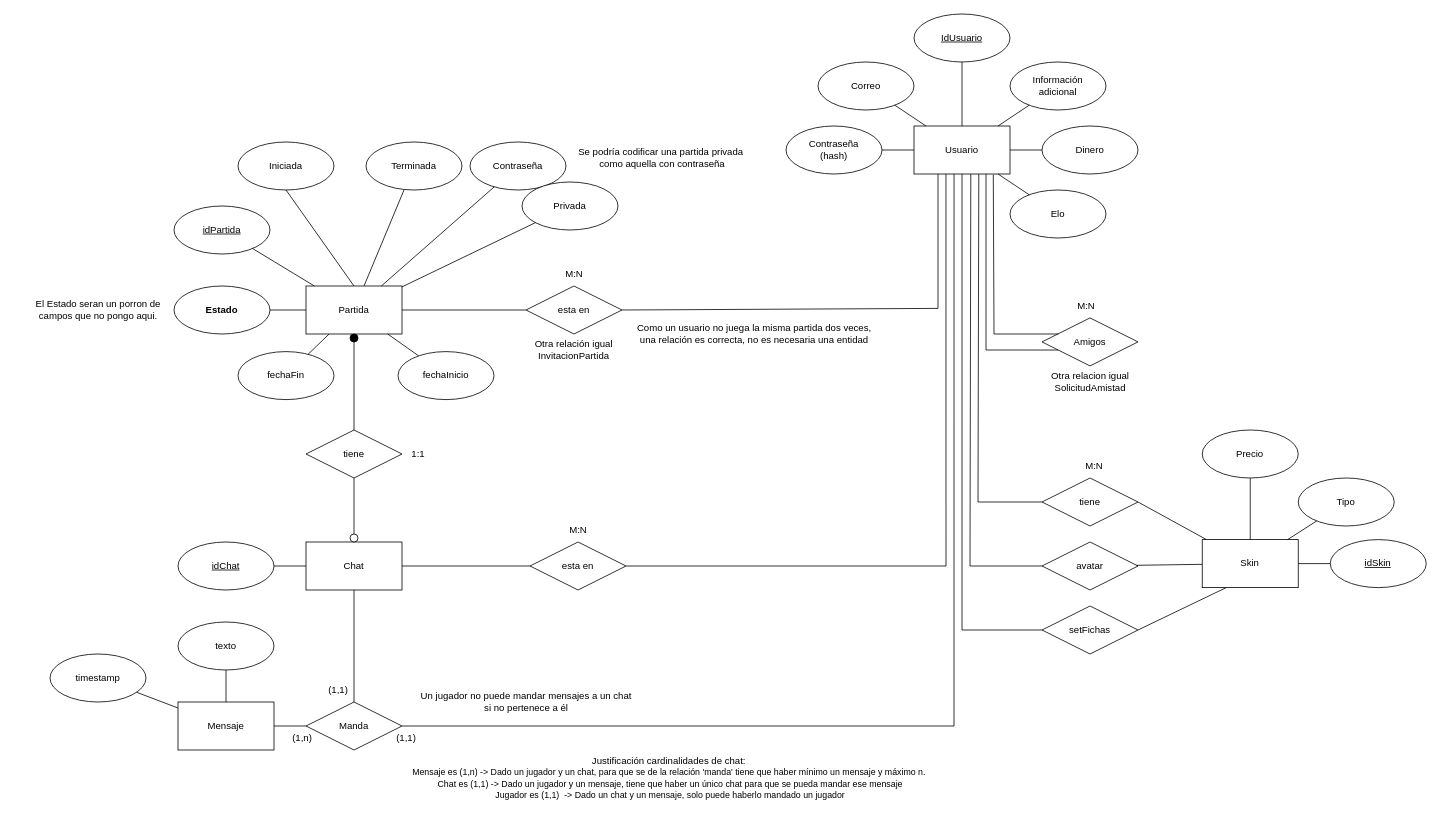
Above: doc/ER.drawio in UNIZAR-30226-2024-02/Back-end (draw.io), before the change. Source tidied: cells renumbered, new cells numbered last; positions are measured from the earlier drawing's top-left corner, leaving out a move shared by most shapes. Both pictures are drawn from the tidied source at 80%, with x=0, y=0 at pixel (26, 14).
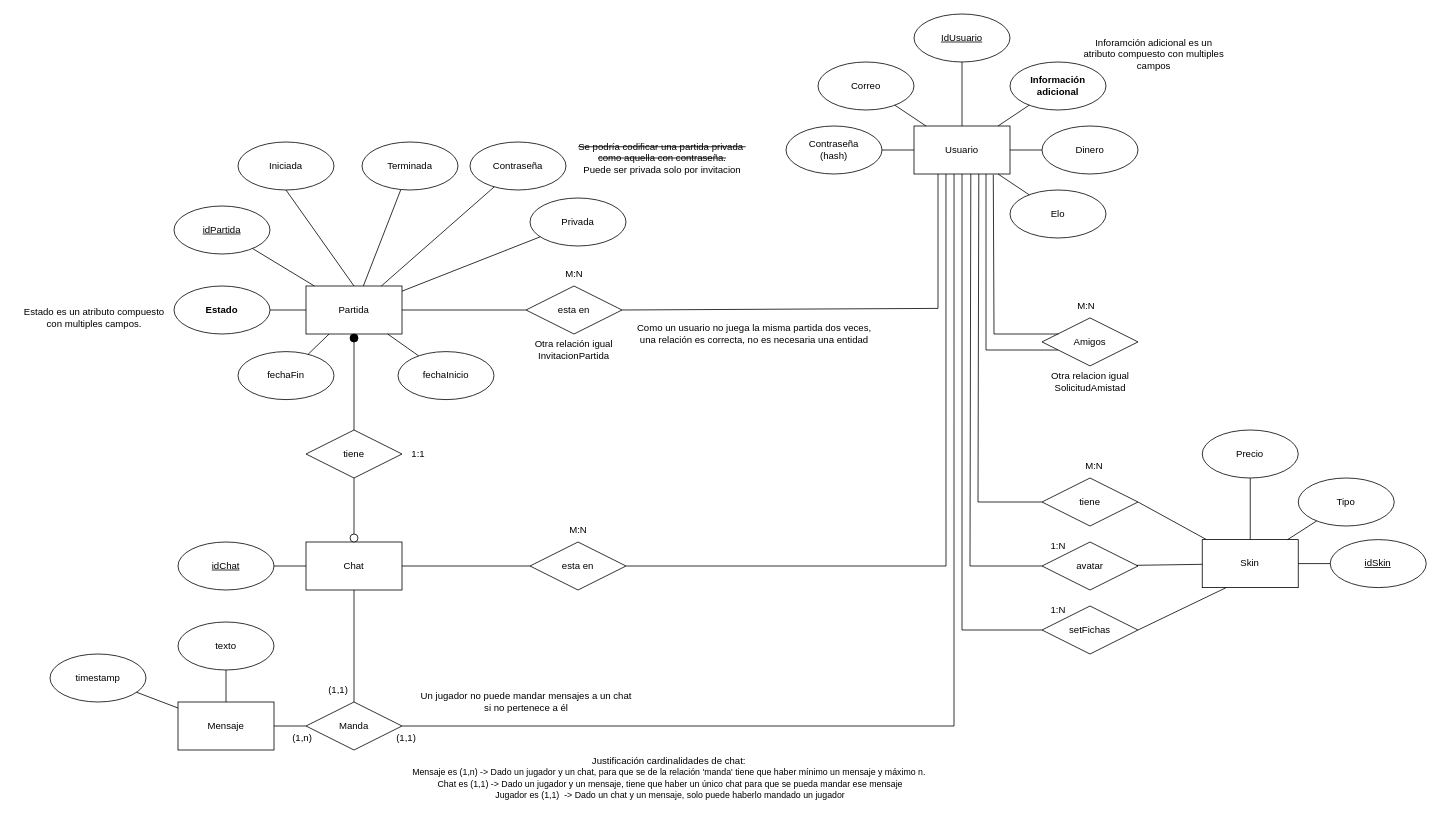
Above is the later version.

Commit message (it also covers changes not shown here):
- Anotaciones en ER - Cambios en modelos mongoose

Change to the diagram source:
```diff
@@
-    <mxCell id="6" value="Información&lt;br&gt;adicional" style="ellipse;whiteSpace=wrap;html=1;" parent="1" vertex="1">
+    <mxCell id="6" value="&lt;b&gt;Información&lt;br&gt;adicional&lt;/b&gt;" style="ellipse;whiteSpace=wrap;html=1;" parent="1" vertex="1">
       <mxGeometry x="1230" y="60" width="120" height="60" as="geometry" />
     </mxCell>
@@
     <mxCell id="61" value="Terminada" style="ellipse;whiteSpace=wrap;html=1;" parent="1" vertex="1">
-      <mxGeometry x="425" y="160" width="120" height="60" as="geometry" />
+      <mxGeometry x="420" y="160" width="120" height="60" as="geometry" />
     </mxCell>
@@
-    <mxCell id="71" value="El Estado seran un porron de &lt;br&gt;campos que no pongo aqui." style="text;html=1;align=center;verticalAlign=middle;strokeColor=none;fillColor=none;" parent="1" vertex="1">
-      <mxGeometry y="350" width="180" height="40" as="geometry" />
+    <mxCell id="71" value="Estado es un atributo compuesto &lt;br&gt;con multiples campos." style="text;html=1;align=center;verticalAlign=middle;strokeColor=none;fillColor=none;" parent="1" vertex="1">
+      <mxGeometry x="-15" y="360" width="200" height="40" as="geometry" />
     </mxCell>
@@
     <mxCell id="76" value="Privada" style="ellipse;whiteSpace=wrap;html=1;" parent="1" vertex="1">
-      <mxGeometry x="620" y="210" width="120" height="60" as="geometry" />
+      <mxGeometry x="630" y="230" width="120" height="60" as="geometry" />
     </mxCell>
-    <mxCell id="77" value="Se podría codificar una partida privada&amp;nbsp;&lt;br&gt;como aquella con contraseña" style="text;html=1;align=center;verticalAlign=middle;strokeColor=none;fillColor=none;" parent="1" vertex="1">
-      <mxGeometry x="680" y="160" width="230" height="40" as="geometry" />
+    <mxCell id="77" value="&lt;strike&gt;Se podría codificar una partida privada&amp;nbsp;&lt;/strike&gt;&lt;br&gt;&lt;strike&gt;como aquella con contraseña.&lt;/strike&gt;&lt;br&gt;Puede ser privada solo por invitacion" style="text;html=1;align=center;verticalAlign=middle;strokeColor=none;fillColor=none;" parent="1" vertex="1">
+      <mxGeometry x="680" y="150" width="230" height="60" as="geometry" />
     </mxCell>
@@
+    <mxCell id="91" value="1:N" style="text;html=1;align=center;verticalAlign=middle;strokeColor=none;fillColor=none;" parent="1" vertex="1">
+      <mxGeometry x="1270" y="650" width="40" height="30" as="geometry" />
+    </mxCell>
+    <mxCell id="92" value="1:N" style="text;html=1;align=center;verticalAlign=middle;strokeColor=none;fillColor=none;" parent="1" vertex="1">
+      <mxGeometry x="1270" y="730" width="40" height="30" as="geometry" />
+    </mxCell>
+    <mxCell id="93" value="&lt;div style=&quot;&quot;&gt;Inforamción adicional es un atributo compuesto con multiples campos&lt;/div&gt;" style="text;html=1;strokeColor=none;fillColor=none;align=center;verticalAlign=middle;whiteSpace=wrap;rounded=0;" parent="1" vertex="1">
+      <mxGeometry x="1320" y="10" width="180" height="80" as="geometry" />
+    </mxCell>
```
